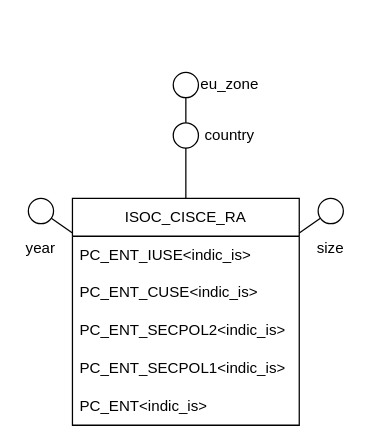
Earlier version of the draw.io diagram page "isoc_cisce_ra" (1 of 5) of figures/dfm.drawio (amanfucci/sistemi-informativi). Source tidied: cells renumbered, new cells numbered last; positions are measured from the earlier drawing's top-left corner, leaving out a move shared by most shapes. Both pictures are drawn from the tidied source at 126%, with x=0, y=0 at pixel (21, 72).
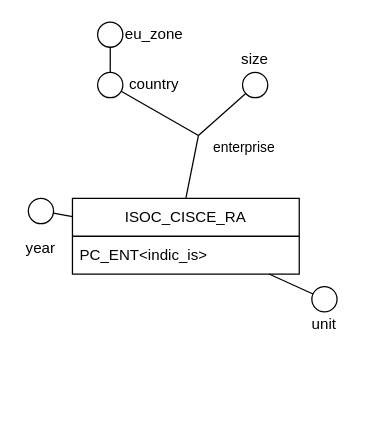
The same page after the edit.

Change to the diagram source:
```diff
@@
+    <mxCell id="20" style="rounded=0;jettySize=auto;html=1;exitX=0.5;exitY=0;exitDx=0;exitDy=0;endArrow=none;endFill=0;entryX=0.5;entryY=0;entryDx=0;entryDy=0;" parent="1" edge="1" source="2">
+      <mxGeometry relative="1" as="geometry">
+        <mxPoint x="140" y="50" as="targetPoint" />
+      </mxGeometry>
+    </mxCell>
+    <mxCell id="21" value="enterprise" style="edgeLabel;html=1;align=center;verticalAlign=middle;" parent="20" vertex="1">
+      <mxGeometry x="-0.11" relative="1" as="geometry">
+        <mxPoint x="41" y="-18" as="offset" />
+      </mxGeometry>
+    </mxCell>
     <mxCell id="2" value="ISOC_CISCE_RA" style="swimlane;fontStyle=0;horizontal=1;startSize=30;whiteSpace=wrap;html=1;" parent="1" vertex="1">
-      <mxGeometry x="40" y="100" width="180" height="180" as="geometry" />
+      <mxGeometry x="40" y="100" width="180" height="60" as="geometry" />
     </mxCell>
-    <mxCell id="3" value="PC_ENT_IUSE&amp;lt;indic_is&amp;gt;" style="text;strokeColor=none;fillColor=none;align=left;verticalAlign=middle;spacingLeft=4;spacingRight=4;overflow=hidden;whiteSpace=wrap;html=1;" parent="2" vertex="1">
-      <mxGeometry y="30" width="180" height="30" as="geometry" />
-    </mxCell>
-    <mxCell id="4" value="PC_ENT_CUSE&amp;lt;indic_is&amp;gt;" style="text;strokeColor=none;fillColor=none;align=left;verticalAlign=middle;spacingLeft=4;spacingRight=4;overflow=hidden;whiteSpace=wrap;html=1;" parent="2" vertex="1">
-      <mxGeometry y="60" width="180" height="30" as="geometry" />
-    </mxCell>
-    <mxCell id="5" value="PC_ENT_SECPOL2&amp;lt;indic_is&amp;gt;" style="text;strokeColor=none;fillColor=none;align=left;verticalAlign=middle;spacingLeft=4;spacingRight=4;overflow=hidden;whiteSpace=wrap;html=1;" parent="2" vertex="1">
-      <mxGeometry y="90" width="180" height="30" as="geometry" />
-    </mxCell>
-    <mxCell id="6" value="PC_ENT_SECPOL1&amp;lt;indic_is&amp;gt;" style="text;strokeColor=none;fillColor=none;align=left;verticalAlign=middle;spacingLeft=4;spacingRight=4;overflow=hidden;whiteSpace=wrap;html=1;" parent="2" vertex="1">
-      <mxGeometry y="120" width="180" height="30" as="geometry" />
-    </mxCell>
     <mxCell id="7" value="PC_ENT&amp;lt;indic_is&amp;gt;" style="text;strokeColor=none;fillColor=none;align=left;verticalAlign=middle;spacingLeft=4;spacingRight=4;overflow=hidden;whiteSpace=wrap;html=1;" parent="2" vertex="1">
-      <mxGeometry y="150" width="180" height="30" as="geometry" />
+      <mxGeometry y="30" width="180" height="30" as="geometry" />
     </mxCell>
@@
     <mxCell id="9" style="ellipse;whiteSpace=wrap;html=1;" parent="1" vertex="1">
-      <mxGeometry x="120" y="40" width="20" height="20" as="geometry" />
+      <mxGeometry x="60" width="20" height="20" as="geometry" />
     </mxCell>
     <mxCell id="10" value="country" style="text;html=1;whiteSpace=wrap;strokeColor=none;fillColor=none;align=center;verticalAlign=middle;rounded=0;" parent="1" vertex="1">
-      <mxGeometry x="150" y="40" width="30" height="20" as="geometry" />
+      <mxGeometry x="90" width="30" height="20" as="geometry" />
     </mxCell>
@@
     <mxCell id="13" style="ellipse;whiteSpace=wrap;html=1;" parent="1" vertex="1">
-      <mxGeometry x="235" y="100" width="20" height="20" as="geometry" />
+      <mxGeometry x="175" width="20" height="20" as="geometry" />
     </mxCell>
-    <mxCell id="14" style="endArrow=none;html=1;rounded=0;" parent="1" edge="1" source="2" target="13">
-      <mxGeometry relative="1" as="geometry" />
+    <mxCell id="14" style="endArrow=none;html=1;rounded=0;exitX=0.5;exitY=0;exitDx=0;exitDy=0;" parent="1" edge="1" target="13">
+      <mxGeometry relative="1" as="geometry">
+        <mxPoint x="140" y="50" as="sourcePoint" />
+      </mxGeometry>
     </mxCell>
     <mxCell id="15" value="size" style="text;html=1;whiteSpace=wrap;strokeColor=none;fillColor=none;align=center;verticalAlign=middle;rounded=0;" parent="1" vertex="1">
-      <mxGeometry x="230" y="130" width="30" height="20" as="geometry" />
+      <mxGeometry x="170" y="-20" width="30" height="20" as="geometry" />
     </mxCell>
     <mxCell id="16" style="ellipse;whiteSpace=wrap;html=1;" parent="1" vertex="1">
-      <mxGeometry x="120" width="20" height="20" as="geometry" />
+      <mxGeometry x="60" y="-40" width="20" height="20" as="geometry" />
     </mxCell>
     <mxCell id="17" value="eu_zone" style="text;html=1;whiteSpace=wrap;strokeColor=none;fillColor=none;align=center;verticalAlign=middle;rounded=0;" parent="1" vertex="1">
-      <mxGeometry x="150" width="30" height="20" as="geometry" />
+      <mxGeometry x="90" y="-40" width="30" height="20" as="geometry" />
     </mxCell>
@@
-    <mxCell id="19" style="endArrow=none;html=1;rounded=0;" parent="1" edge="1" source="2" target="9">
-      <mxGeometry relative="1" as="geometry" />
+    <mxCell id="19" style="endArrow=none;html=1;rounded=0;exitX=0.5;exitY=0;exitDx=0;exitDy=0;" parent="1" edge="1" target="9">
+      <mxGeometry relative="1" as="geometry">
+        <mxPoint x="140" y="50" as="sourcePoint" />
+      </mxGeometry>
     </mxCell>
+    <mxCell id="22" style="ellipse;whiteSpace=wrap;html=1;" parent="1" vertex="1">
+      <mxGeometry x="230" y="170" width="20" height="20" as="geometry" />
+    </mxCell>
+    <mxCell id="23" value="unit" style="text;html=1;whiteSpace=wrap;strokeColor=none;fillColor=none;align=center;verticalAlign=middle;rounded=0;" parent="1" vertex="1">
+      <mxGeometry x="225" y="190" width="30" height="20" as="geometry" />
+    </mxCell>
+    <mxCell id="24" style="endArrow=none;html=1;rounded=0;" parent="1" edge="1" source="2" target="22">
+      <mxGeometry relative="1" as="geometry" />
+    </mxCell>
```
